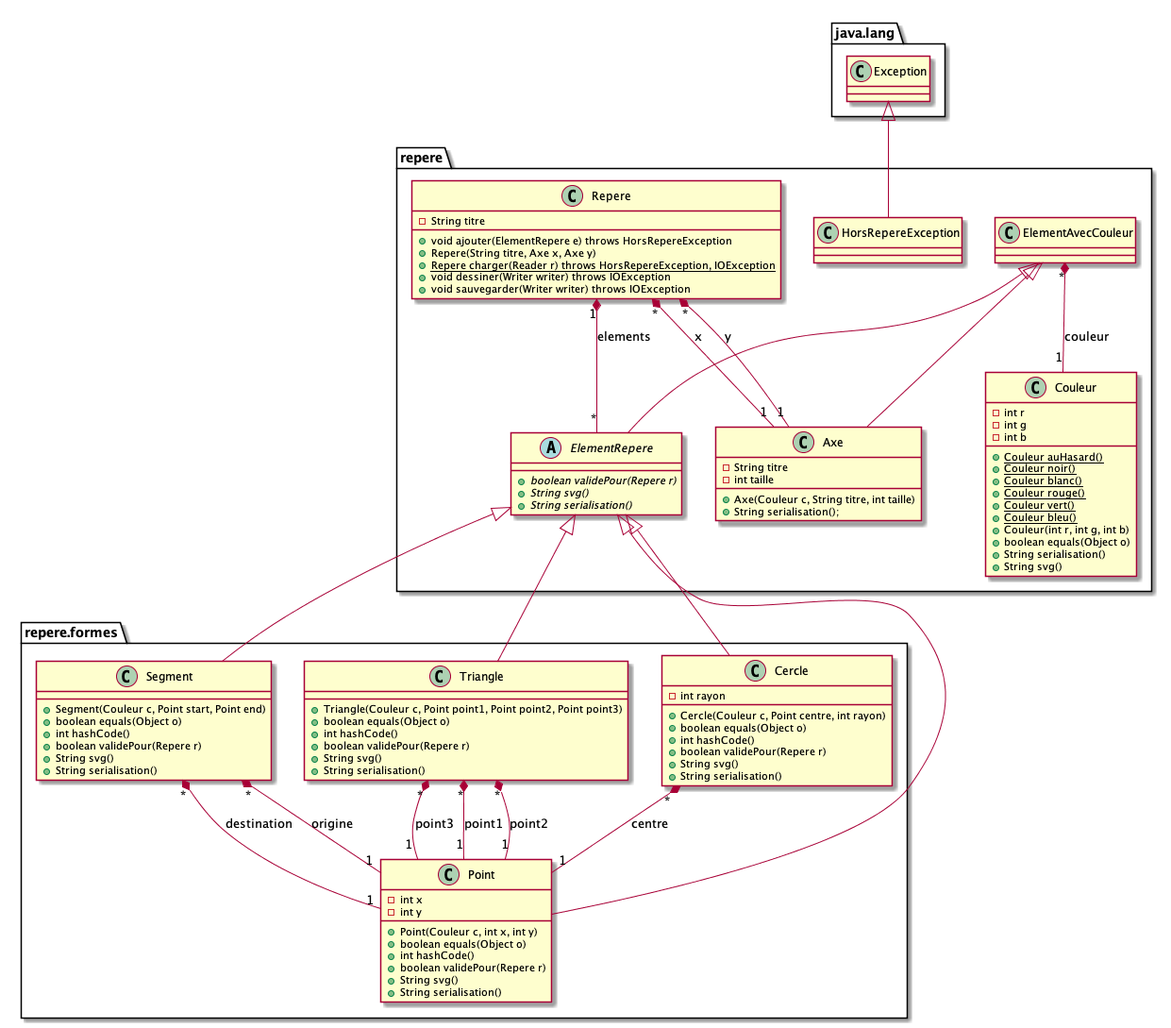
Above: tp2/doc/design.png in EnseirbTelecom/pg220-official (PlantUML), before the change. Its source is kept beside it as tp2/doc/design.puml.
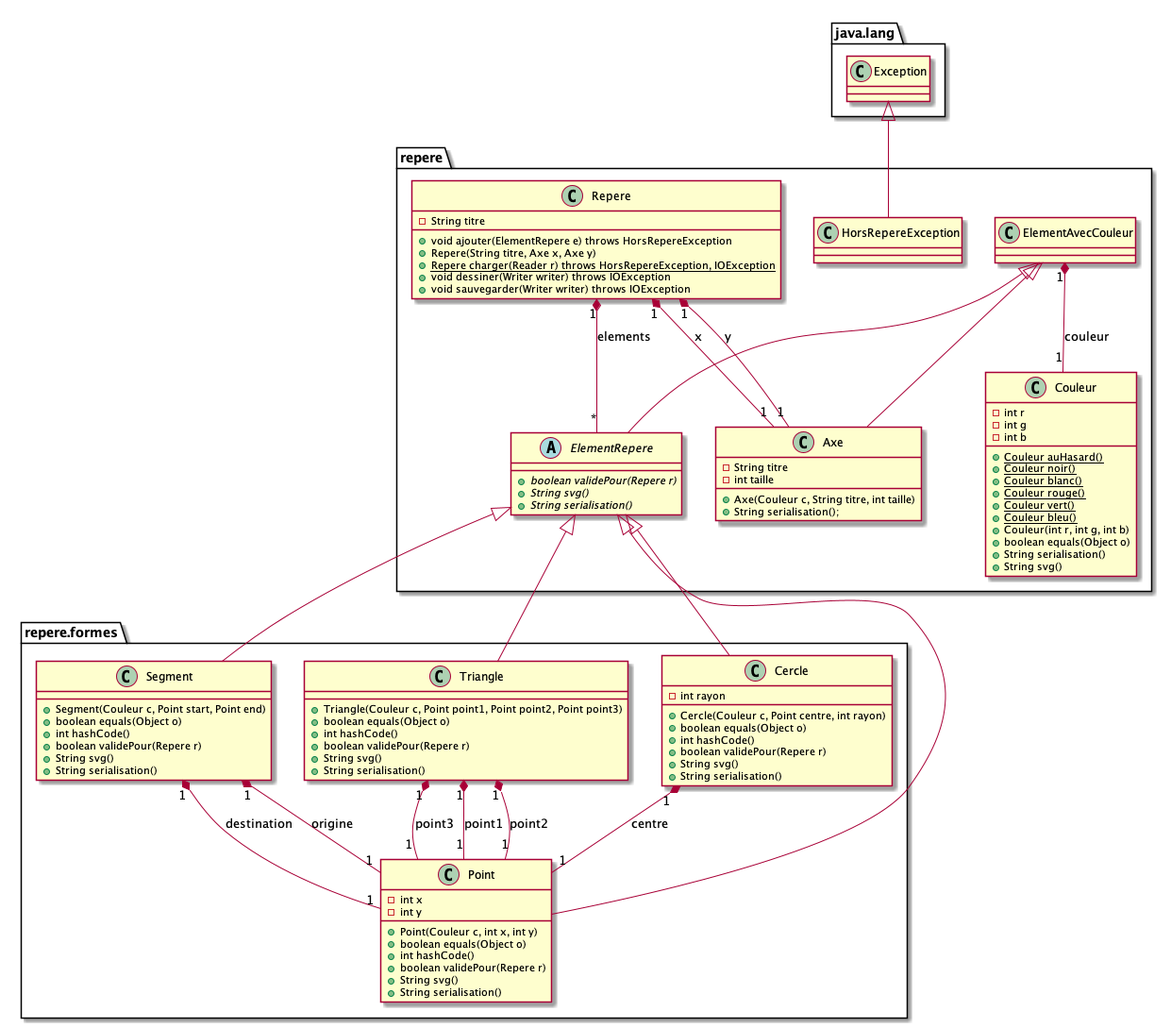
The same file after the commit.

Commit message:
fix: wrong cardinalities are updated.

Change to the diagram source:
```diff
@@ -16,7 +16,7 @@
 
 ElementAvecCouleur <|-- Axe
 ElementAvecCouleur <|-- ElementRepere
-ElementAvecCouleur "*" *-- "1" Couleur : couleur
+ElementAvecCouleur "1" *-- "1" Couleur : couleur
 
 class Couleur {
 - int r
@@ -52,8 +52,8 @@
 + void sauvegarder(Writer writer) throws IOException
 }
 
-Repere "*" *-- "1" Axe : x
-Repere "*" *-- "1" Axe : y
+Repere "1" *-- "1" Axe : x
+Repere "1" *-- "1" Axe : y
 Repere "1" *-- "*" ElementRepere : elements
 
 }
@@ -61,8 +61,8 @@
 package repere.formes {
 
 ElementRepere <|-- Segment
-Segment "*" *-- "1" Point : origine
-Segment "*" *-- "1" Point : destination
+Segment "1" *-- "1" Point : origine
+Segment "1" *-- "1" Point : destination
 class Segment {
 + Segment(Couleur c, Point start, Point end)
 + boolean equals(Object o)
@@ -85,7 +85,7 @@
 }
 
 ElementRepere <|-- Cercle
-Cercle "*" *-- "1" Point : centre
+Cercle "1" *-- "1" Point : centre
 class Cercle {
 - int rayon
 + Cercle(Couleur c, Point centre, int rayon)
@@ -97,9 +97,9 @@
 }
 
 ElementRepere <|-- Triangle
-Triangle "*" *-- "1" Point : point1
-Triangle "*" *-- "1" Point : point2
-Triangle "*" *-- "1" Point : point3
+Triangle "1" *-- "1" Point : point1
+Triangle "1" *-- "1" Point : point2
+Triangle "1" *-- "1" Point : point3
 class Triangle {
 + Triangle(Couleur c, Point point1, Point point2, Point point3)
 + boolean equals(Object o)
```
